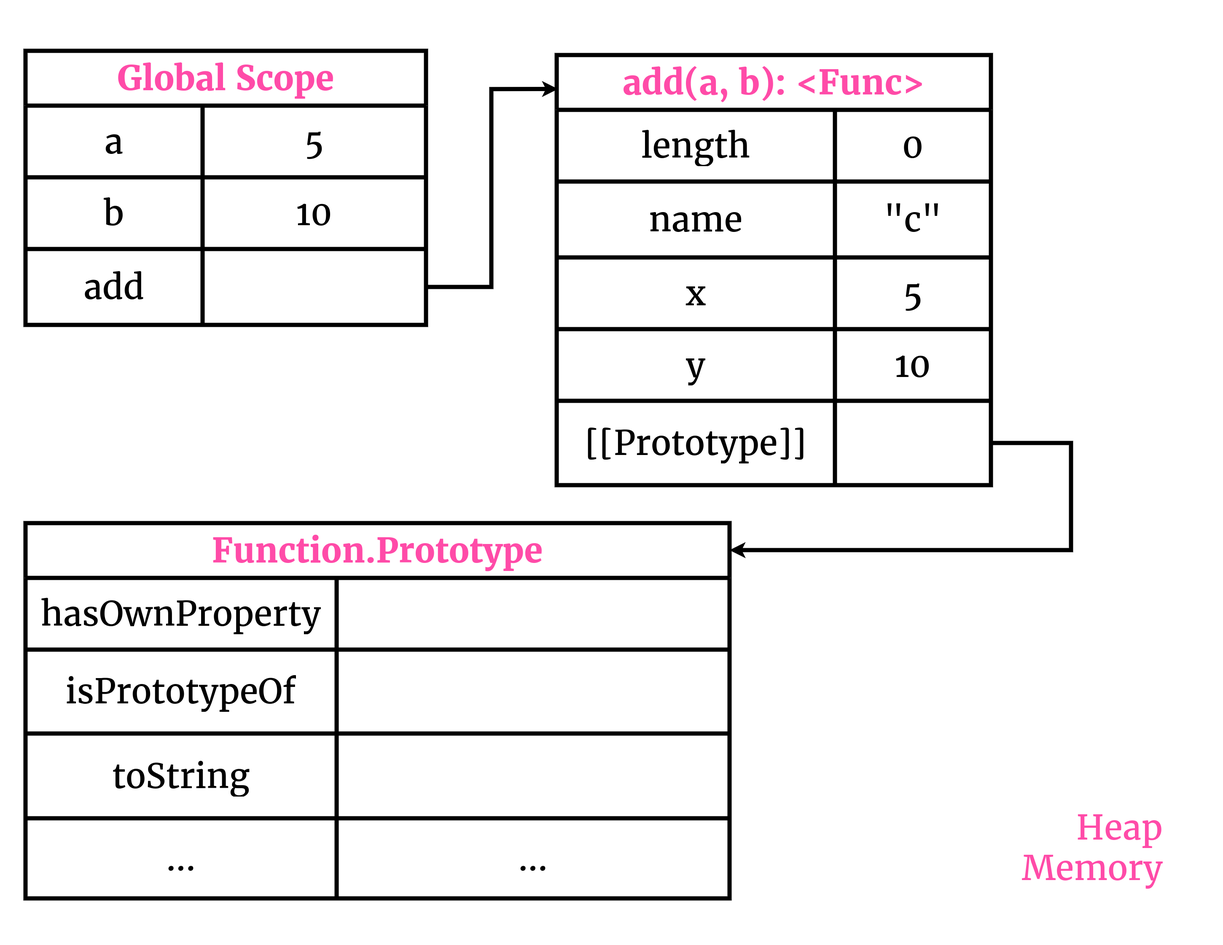
Before: content/javascript/built-in-functions/images/Function.png, a diagram exported from draw.io (pvgdev/vishu.io). Source tidied: cells renumbered, new cells last; positions are measured from the earlier drawing's top-left corner, leaving out a move shared by most shapes.
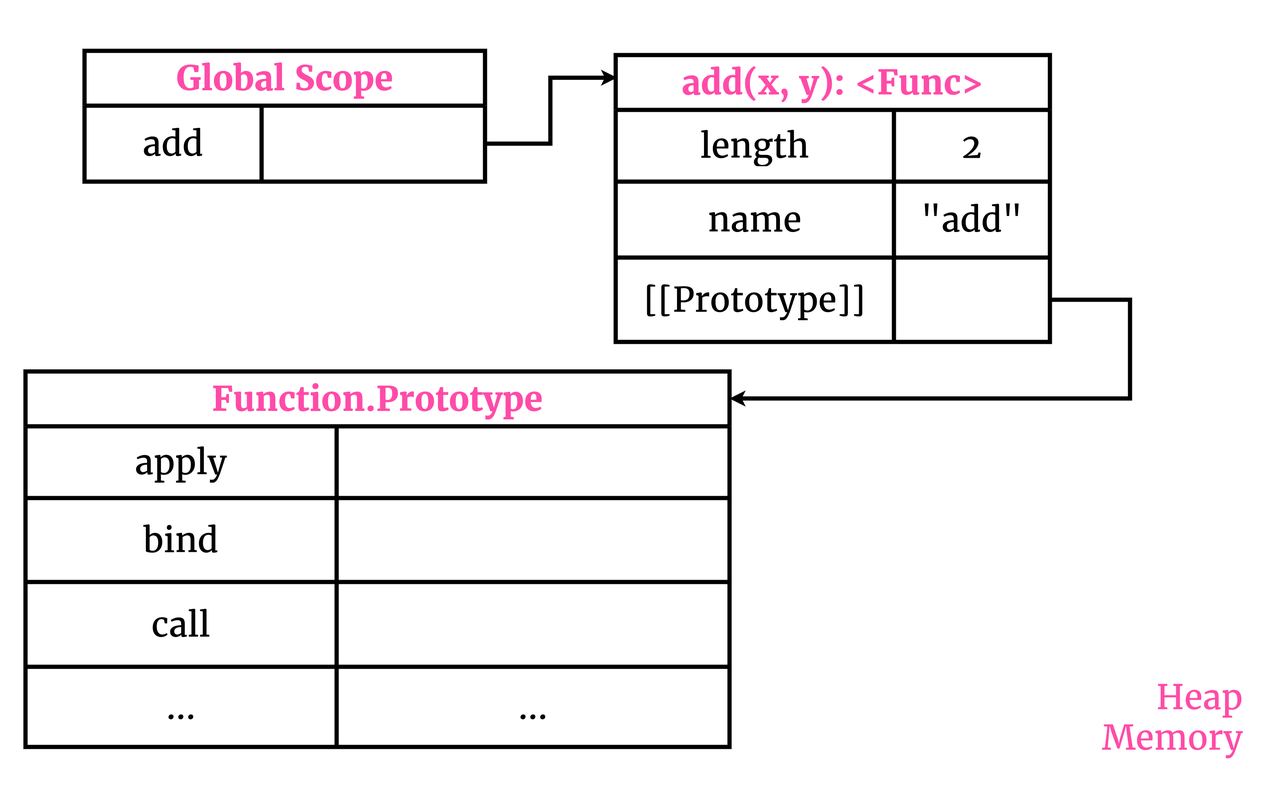
Above is the later version.

Diff of the diagram source:
```diff
@@ -3,31 +3,13 @@
     <mxCell id="0" />
     <mxCell id="1" parent="0" />
     <mxCell id="2" value="&lt;br&gt;" style="rounded=0;whiteSpace=wrap;html=1;fontFamily=Merriweather;fontSize=80;strokeWidth=1;strokeColor=none;" parent="1" vertex="1">
-      <mxGeometry width="2900" height="2240" as="geometry" />
+      <mxGeometry x="-140" width="3040" height="1900" as="geometry" />
     </mxCell>
     <mxCell id="3" value="Global Scope" style="shape=table;html=1;whiteSpace=wrap;startSize=130;fontStyle=1;align=center;fontFamily=Merriweather;fontSize=80;fontColor=#FF4BA8;strokeWidth=10;" parent="1" vertex="1">
-      <mxGeometry x="60" y="120" width="950" height="650" as="geometry" />
+      <mxGeometry x="60" y="120" width="950" height="310" as="geometry" />
     </mxCell>
-    <mxCell id="4" style="shape=partialRectangle;html=1;whiteSpace=wrap;fillColor=none;top=0;left=0;bottom=0;right=0;fontSize=80;fontFamily=Merriweather;" parent="3" vertex="1">
-      <mxGeometry y="130" width="950" height="170" as="geometry" />
-    </mxCell>
-    <mxCell id="5" value="a" style="shape=partialRectangle;html=1;whiteSpace=wrap;fillColor=none;top=0;left=0;bottom=0;right=0;overflow=hidden;fontSize=80;fontFamily=Merriweather;" parent="4" vertex="1">
-      <mxGeometry width="420" height="170" as="geometry" />
-    </mxCell>
-    <mxCell id="6" value="5" style="shape=partialRectangle;html=1;whiteSpace=wrap;fillColor=none;top=0;left=0;bottom=0;right=0;overflow=hidden;fontSize=80;fontFamily=Merriweather;" parent="4" vertex="1">
-      <mxGeometry x="420" width="530" height="170" as="geometry" />
-    </mxCell>
-    <mxCell id="7" style="shape=partialRectangle;html=1;whiteSpace=wrap;fillColor=none;top=0;left=0;bottom=0;right=0;fontSize=80;fontFamily=Merriweather;" parent="3" vertex="1">
-      <mxGeometry y="300" width="950" height="170" as="geometry" />
-    </mxCell>
-    <mxCell id="8" value="b" style="shape=partialRectangle;html=1;whiteSpace=wrap;fillColor=none;top=0;left=0;bottom=0;right=0;overflow=hidden;fontSize=80;fontFamily=Merriweather;" parent="7" vertex="1">
-      <mxGeometry width="420" height="170" as="geometry" />
-    </mxCell>
-    <mxCell id="9" value="10" style="shape=partialRectangle;html=1;whiteSpace=wrap;fillColor=none;top=0;left=0;bottom=0;right=0;overflow=hidden;fontSize=80;fontFamily=Merriweather;" parent="7" vertex="1">
-      <mxGeometry x="420" width="530" height="170" as="geometry" />
-    </mxCell>
     <mxCell id="10" style="shape=partialRectangle;html=1;whiteSpace=wrap;fillColor=none;top=0;left=0;bottom=0;right=0;points=[[0,0.5],[1,0.5]];portConstraint=eastwest;fontSize=80;fontFamily=Merriweather;" parent="3" vertex="1">
-      <mxGeometry y="470" width="950" height="180" as="geometry" />
+      <mxGeometry y="130" width="950" height="180" as="geometry" />
     </mxCell>
     <mxCell id="11" value="add" style="shape=partialRectangle;html=1;whiteSpace=wrap;fillColor=none;top=0;left=0;bottom=0;right=0;overflow=hidden;fontSize=80;fontFamily=Merriweather;" parent="10" vertex="1">
       <mxGeometry width="420" height="180" as="geometry" />
@@ -36,10 +18,10 @@
       <mxGeometry x="420" width="530" height="180" as="geometry" />
     </mxCell>
     <mxCell id="13" value="Heap&lt;br style=&quot;font-size: 80px;&quot;&gt;Memory" style="text;html=1;strokeColor=none;fillColor=none;align=right;verticalAlign=middle;whiteSpace=wrap;rounded=0;fontFamily=Merriweather;fontSize=80;fontColor=#FF4BA8;" parent="1" vertex="1">
-      <mxGeometry x="2420" y="1890" width="340" height="240" as="geometry" />
+      <mxGeometry x="2470" y="1580" width="340" height="240" as="geometry" />
     </mxCell>
-    <mxCell id="14" value="add(a, b): &amp;lt;Func&amp;gt;" style="shape=table;html=1;whiteSpace=wrap;startSize=130;fontStyle=1;align=center;fontFamily=Merriweather;fontSize=80;fontColor=#FF4BA8;strokeWidth=10;" parent="1" vertex="1">
-      <mxGeometry x="1320" y="130" width="1030" height="1020" as="geometry" />
+    <mxCell id="14" value="add(x, y): &amp;lt;Func&amp;gt;" style="shape=table;html=1;whiteSpace=wrap;startSize=130;fontStyle=1;align=center;fontFamily=Merriweather;fontSize=80;fontColor=#FF4BA8;strokeWidth=10;" parent="1" vertex="1">
+      <mxGeometry x="1320" y="130" width="1030" height="680" as="geometry" />
     </mxCell>
     <mxCell id="15" style="shape=partialRectangle;html=1;whiteSpace=wrap;fillColor=none;top=0;left=0;bottom=0;right=0;fontSize=80;fontFamily=Merriweather;" parent="14" vertex="1">
       <mxGeometry y="130" width="1030" height="170" as="geometry" />
@@ -47,7 +29,7 @@
     <mxCell id="16" value="length" style="shape=partialRectangle;html=1;whiteSpace=wrap;fillColor=none;top=0;left=0;bottom=0;right=0;overflow=hidden;fontSize=80;fontFamily=Merriweather;" parent="15" vertex="1">
       <mxGeometry width="660" height="170" as="geometry" />
     </mxCell>
-    <mxCell id="17" value="0" style="shape=partialRectangle;html=1;whiteSpace=wrap;fillColor=none;top=0;left=0;bottom=0;right=0;overflow=hidden;fontSize=80;fontFamily=Merriweather;" parent="15" vertex="1">
+    <mxCell id="17" value="2" style="shape=partialRectangle;html=1;whiteSpace=wrap;fillColor=none;top=0;left=0;bottom=0;right=0;overflow=hidden;fontSize=80;fontFamily=Merriweather;" parent="15" vertex="1">
       <mxGeometry x="660" width="370" height="170" as="geometry" />
     </mxCell>
     <mxCell id="18" style="shape=partialRectangle;html=1;whiteSpace=wrap;fillColor=none;top=0;left=0;bottom=0;right=0;fontSize=80;fontFamily=Merriweather;strokeWidth=10;" parent="14" vertex="1">
@@ -56,29 +38,11 @@
     <mxCell id="19" value="name" style="shape=partialRectangle;html=1;whiteSpace=wrap;fillColor=none;top=0;left=0;bottom=0;right=0;overflow=hidden;fontSize=80;fontFamily=Merriweather;" parent="18" vertex="1">
       <mxGeometry width="660" height="180" as="geometry" />
     </mxCell>
-    <mxCell id="20" value="&quot;c&quot;" style="shape=partialRectangle;html=1;whiteSpace=wrap;fillColor=none;top=0;left=0;bottom=0;right=0;overflow=hidden;fontSize=80;fontFamily=Merriweather;" parent="18" vertex="1">
+    <mxCell id="20" value="&quot;add&quot;" style="shape=partialRectangle;html=1;whiteSpace=wrap;fillColor=none;top=0;left=0;bottom=0;right=0;overflow=hidden;fontSize=80;fontFamily=Merriweather;" parent="18" vertex="1">
       <mxGeometry x="660" width="370" height="180" as="geometry" />
     </mxCell>
-    <mxCell id="21" style="shape=partialRectangle;html=1;whiteSpace=wrap;fillColor=none;top=0;left=0;bottom=0;right=0;fontSize=80;fontFamily=Merriweather;" parent="14" vertex="1">
-      <mxGeometry y="480" width="1030" height="170" as="geometry" />
-    </mxCell>
-    <mxCell id="22" value="x" style="shape=partialRectangle;html=1;whiteSpace=wrap;fillColor=none;top=0;left=0;bottom=0;right=0;overflow=hidden;fontSize=80;fontFamily=Merriweather;" parent="21" vertex="1">
-      <mxGeometry width="660" height="170" as="geometry" />
-    </mxCell>
-    <mxCell id="23" value="5" style="shape=partialRectangle;html=1;whiteSpace=wrap;fillColor=none;top=0;left=0;bottom=0;right=0;overflow=hidden;fontSize=80;fontFamily=Merriweather;" parent="21" vertex="1">
-      <mxGeometry x="660" width="370" height="170" as="geometry" />
-    </mxCell>
-    <mxCell id="24" style="shape=partialRectangle;html=1;whiteSpace=wrap;fillColor=none;top=0;left=0;bottom=0;right=0;fontSize=80;fontFamily=Merriweather;" parent="14" vertex="1">
-      <mxGeometry y="650" width="1030" height="170" as="geometry" />
-    </mxCell>
-    <mxCell id="25" value="y" style="shape=partialRectangle;html=1;whiteSpace=wrap;fillColor=none;top=0;left=0;bottom=0;right=0;overflow=hidden;fontSize=80;fontFamily=Merriweather;" parent="24" vertex="1">
-      <mxGeometry width="660" height="170" as="geometry" />
-    </mxCell>
-    <mxCell id="26" value="10" style="shape=partialRectangle;html=1;whiteSpace=wrap;fillColor=none;top=0;left=0;bottom=0;right=0;overflow=hidden;fontSize=80;fontFamily=Merriweather;" parent="24" vertex="1">
-      <mxGeometry x="660" width="370" height="170" as="geometry" />
-    </mxCell>
     <mxCell id="27" style="shape=partialRectangle;html=1;whiteSpace=wrap;fillColor=none;top=0;left=0;bottom=0;right=0;points=[[0,0.5],[1,0.5]];portConstraint=eastwest;fontSize=80;fontFamily=Merriweather;" parent="14" vertex="1">
-      <mxGeometry y="820" width="1030" height="200" as="geometry" />
+      <mxGeometry y="480" width="1030" height="200" as="geometry" />
     </mxCell>
     <mxCell id="28" value="[[Prototype]]" style="shape=partialRectangle;html=1;whiteSpace=wrap;fillColor=none;top=0;left=0;bottom=0;right=0;overflow=hidden;fontSize=80;fontFamily=Merriweather;" parent="27" vertex="1">
       <mxGeometry width="660" height="200" as="geometry" />
@@ -89,18 +53,21 @@
     <mxCell id="30" style="edgeStyle=orthogonalEdgeStyle;rounded=0;jettySize=auto;html=1;entryX=1;entryY=0.072;entryDx=0;entryDy=0;entryPerimeter=0;strokeWidth=10;" parent="1" edge="1" source="27" target="31">
       <mxGeometry relative="1" as="geometry">
         <Array as="points">
-          <mxPoint x="2540" y="1050" />
-          <mxPoint x="2540" y="1304" />
+          <mxPoint x="2540" y="710" />
+          <mxPoint x="2540" y="944" />
         </Array>
       </mxGeometry>
     </mxCell>
+    <mxCell id="44" style="edgeStyle=orthogonalEdgeStyle;rounded=0;jettySize=auto;html=1;entryX=0.003;entryY=0.079;entryDx=0;entryDy=0;entryPerimeter=0;strokeWidth=10;" parent="1" edge="1" source="10" target="14">
+      <mxGeometry relative="1" as="geometry" />
+    </mxCell>
     <mxCell id="31" value="Function.Prototype" style="shape=table;html=1;whiteSpace=wrap;startSize=130;fontStyle=1;align=center;fontFamily=Merriweather;fontSize=80;fontColor=#FF4BA8;strokeWidth=10;" parent="1" vertex="1">
-      <mxGeometry x="60" y="1240" width="1670" height="890" as="geometry" />
+      <mxGeometry x="-80" y="880" width="1670" height="890" as="geometry" />
     </mxCell>
     <mxCell id="32" style="shape=partialRectangle;html=1;whiteSpace=wrap;fillColor=none;top=0;left=0;bottom=0;right=0;fontSize=80;fontFamily=Merriweather;" parent="31" vertex="1">
       <mxGeometry y="130" width="1670" height="170" as="geometry" />
     </mxCell>
-    <mxCell id="33" value="hasOwnProperty" style="shape=partialRectangle;html=1;whiteSpace=wrap;fillColor=none;top=0;left=0;bottom=0;right=0;overflow=hidden;fontSize=80;fontFamily=Merriweather;" parent="32" vertex="1">
+    <mxCell id="33" value="apply" style="shape=partialRectangle;html=1;whiteSpace=wrap;fillColor=none;top=0;left=0;bottom=0;right=0;overflow=hidden;fontSize=80;fontFamily=Merriweather;" parent="32" vertex="1">
       <mxGeometry width="738" height="170" as="geometry" />
     </mxCell>
     <mxCell id="34" style="shape=partialRectangle;html=1;whiteSpace=wrap;fillColor=none;top=0;left=0;bottom=0;right=0;overflow=hidden;fontSize=80;fontFamily=Merriweather;" parent="32" vertex="1">
@@ -109,7 +76,7 @@
     <mxCell id="35" style="shape=partialRectangle;html=1;whiteSpace=wrap;fillColor=none;top=0;left=0;bottom=0;right=0;fontSize=80;fontFamily=Merriweather;" parent="31" vertex="1">
       <mxGeometry y="300" width="1670" height="199" as="geometry" />
     </mxCell>
-    <mxCell id="36" value="isPrototypeOf" style="shape=partialRectangle;html=1;whiteSpace=wrap;fillColor=none;top=0;left=0;bottom=0;right=0;overflow=hidden;fontSize=80;fontFamily=Merriweather;" parent="35" vertex="1">
+    <mxCell id="36" value="bind" style="shape=partialRectangle;html=1;whiteSpace=wrap;fillColor=none;top=0;left=0;bottom=0;right=0;overflow=hidden;fontSize=80;fontFamily=Merriweather;" parent="35" vertex="1">
       <mxGeometry width="738" height="199" as="geometry" />
     </mxCell>
     <mxCell id="37" style="shape=partialRectangle;html=1;whiteSpace=wrap;fillColor=none;top=0;left=0;bottom=0;right=0;overflow=hidden;fontSize=80;fontFamily=Merriweather;" parent="35" vertex="1">
@@ -118,7 +85,7 @@
     <mxCell id="38" style="shape=partialRectangle;html=1;whiteSpace=wrap;fillColor=none;top=0;left=0;bottom=0;right=0;fontSize=80;fontFamily=Merriweather;" parent="31" vertex="1">
       <mxGeometry y="499" width="1670" height="201" as="geometry" />
     </mxCell>
-    <mxCell id="39" value="toString" style="shape=partialRectangle;html=1;whiteSpace=wrap;fillColor=none;top=0;left=0;bottom=0;right=0;overflow=hidden;fontSize=80;fontFamily=Merriweather;" parent="38" vertex="1">
+    <mxCell id="39" value="call" style="shape=partialRectangle;html=1;whiteSpace=wrap;fillColor=none;top=0;left=0;bottom=0;right=0;overflow=hidden;fontSize=80;fontFamily=Merriweather;" parent="38" vertex="1">
       <mxGeometry width="738" height="201" as="geometry" />
     </mxCell>
     <mxCell id="40" style="shape=partialRectangle;html=1;whiteSpace=wrap;fillColor=none;top=0;left=0;bottom=0;right=0;overflow=hidden;fontSize=80;fontFamily=Merriweather;" parent="38" vertex="1">
@@ -133,8 +100,5 @@
     <mxCell id="43" value="..." style="shape=partialRectangle;html=1;whiteSpace=wrap;fillColor=none;top=0;left=0;bottom=0;right=0;overflow=hidden;fontSize=80;fontFamily=Merriweather;" parent="41" vertex="1">
       <mxGeometry x="738" width="932" height="190" as="geometry" />
     </mxCell>
-    <mxCell id="44" style="edgeStyle=orthogonalEdgeStyle;rounded=0;jettySize=auto;html=1;entryX=0.003;entryY=0.079;entryDx=0;entryDy=0;entryPerimeter=0;strokeWidth=10;" parent="1" edge="1" source="10" target="14">
-      <mxGeometry relative="1" as="geometry" />
-    </mxCell>
   </root>
 </mxGraphModel>
```
